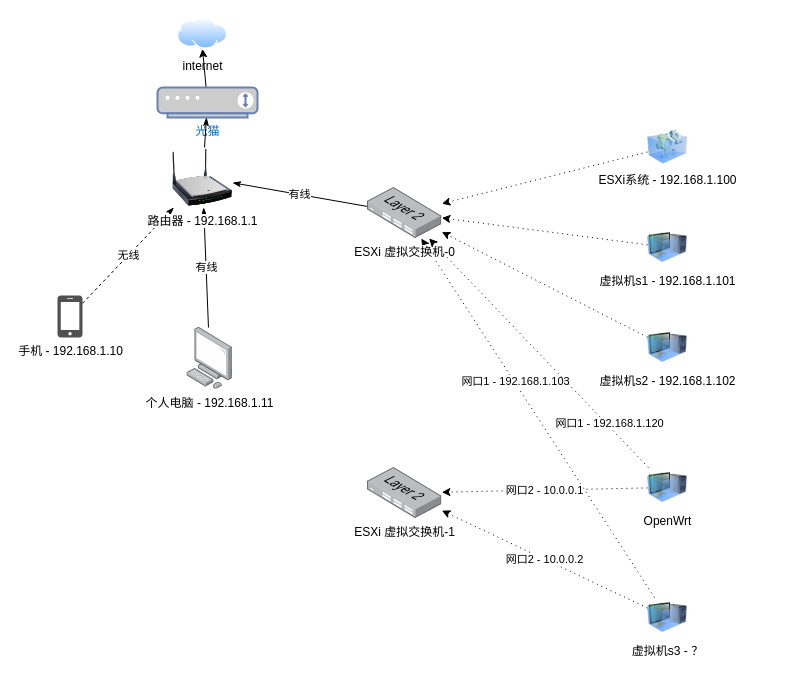
Earlier version of the draw.io diagram home-network-topology-3.drawio (paranoid945/draw.io). Source tidied: cells renumbered, new cells numbered last; positions are measured from the earlier drawing's top-left corner, leaving out a move shared by most shapes. Both pictures are drawn from the tidied source at 100%, with x=0, y=0 at pixel (57, 17).
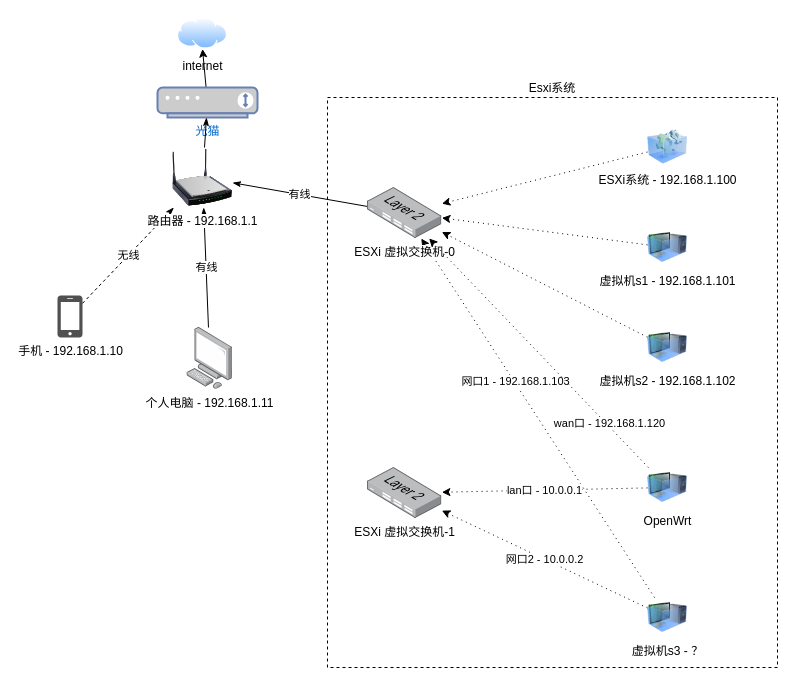
After the change.

The change refers to these unchanged cells:
```xml
<mxCell id="23" value="ESXi 虚拟交换机-1" style="points=[];html=1;align=center;shadow=0;dashed=0;image;image=img/lib/allied_telesis/switch/Switch_24_port_L2.svg;" parent="1" vertex="1">
  <mxGeometry x="310" y="450" width="74.4" height="51" as="geometry" />
</mxCell>
<mxCell id="25" style="edgeStyle=none;rounded=0;jettySize=auto;html=1;dashed=1;dashPattern=1 4;" parent="1" edge="1" source="27" target="20">
  <mxGeometry relative="1" as="geometry" />
</mxCell>
<mxCell id="27" value="OpenWrt" style="image;html=1;image=img/lib/clip_art/computers/Virtual_Machine_128x128.png;" parent="1" vertex="1">
  <mxGeometry x="590" y="450" width="40" height="40" as="geometry" />
</mxCell>
```

Diff of the diagram source:
```diff
@@
-    <mxCell id="24" value="网口2 - 10.0.0.1" style="edgeStyle=none;rounded=0;jettySize=auto;html=1;dashed=1;dashPattern=1 4;" parent="1" edge="1" source="27" target="23">
+    <mxCell id="24" value="lan口 - 10.0.0.1" style="edgeStyle=none;rounded=0;jettySize=auto;html=1;dashed=1;dashPattern=1 4;" parent="1" edge="1" source="27" target="23">
       <mxGeometry relative="1" as="geometry" />
     </mxCell>
@@
-    <mxCell id="26" value="网口1 - 192.168.1.120" style="edgeLabel;html=1;align=center;verticalAlign=middle;" parent="25" vertex="1">
+    <mxCell id="26" value="wan口 - 192.168.1.120" style="edgeLabel;html=1;align=center;verticalAlign=middle;" parent="25" vertex="1">
       <mxGeometry x="-0.63" y="-2" relative="1" as="geometry" />
     </mxCell>
@@
+    <mxCell id="28" value="Esxi系统" style="rounded=0;whiteSpace=wrap;html=1;fillColor=none;labelPosition=center;verticalLabelPosition=top;align=center;verticalAlign=bottom;dashed=1;" parent="1" vertex="1">
+      <mxGeometry x="270" y="80" width="450" height="570" as="geometry" />
+    </mxCell>
```
